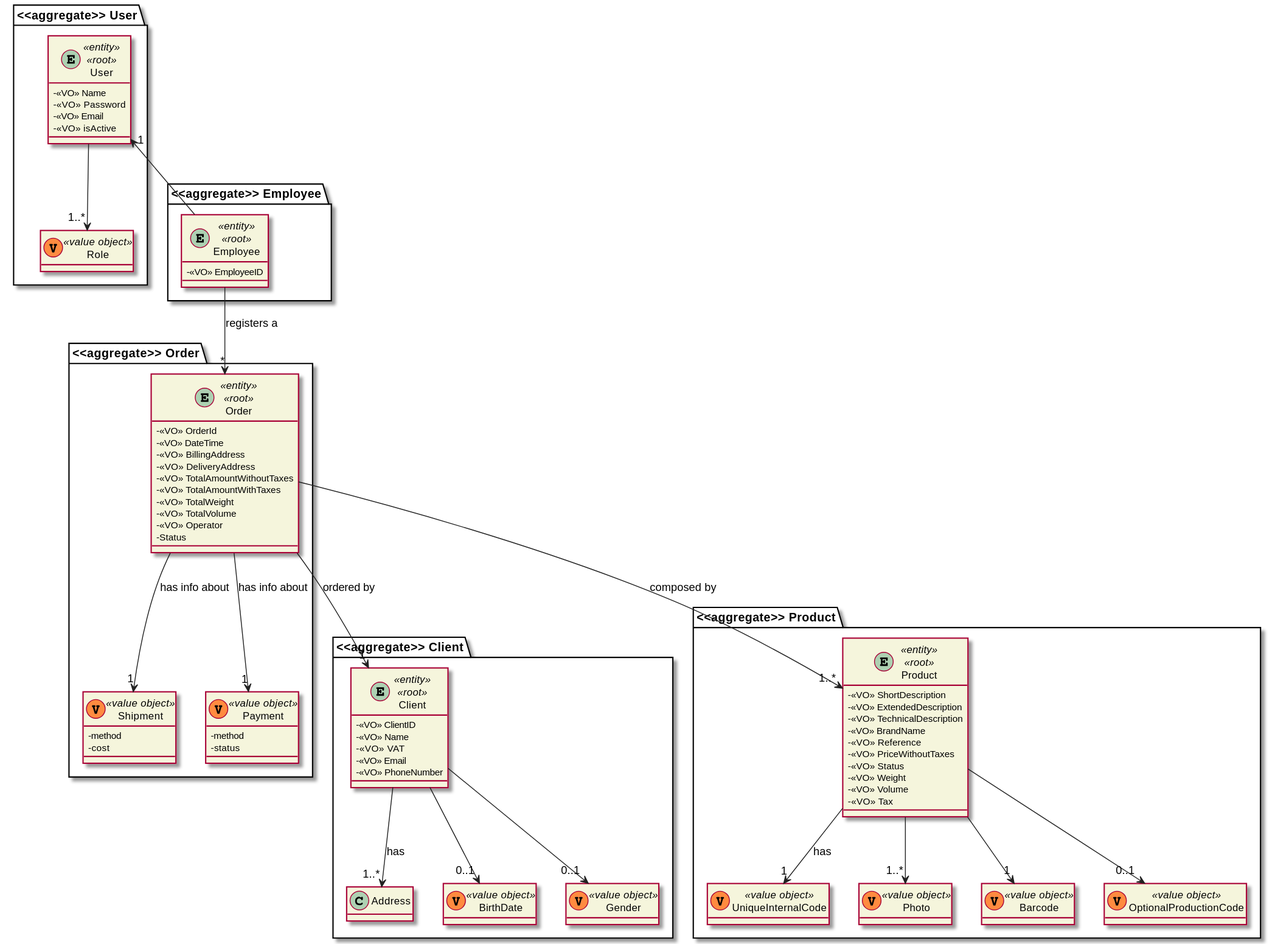
ana-albergaria/LAPR4-ISEP keeps this PlantUML diagram as docs/1201518/US1004/DM_RegisterOrderClient.svg. Above is the earlier version.
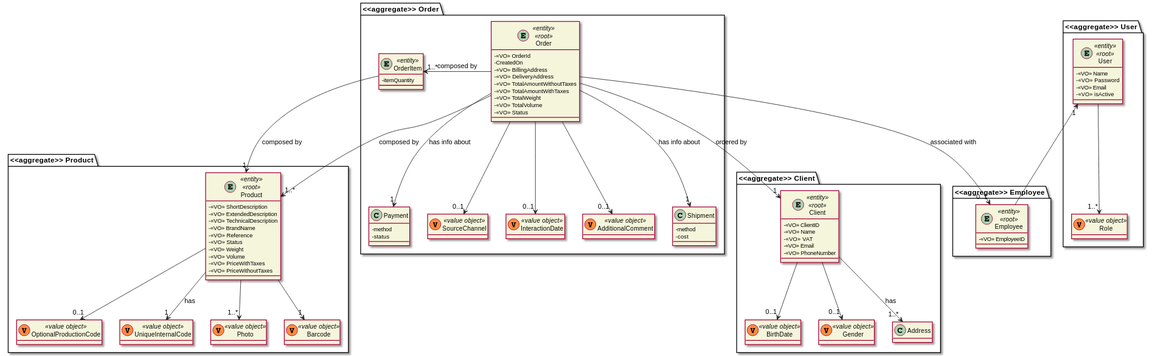
After the commit.

What changed in the source:
```diff
@@ -7,8 +7,12 @@
 
 package "<<aggregate>> Order" {
     entity Order
+    entity OrderItem
     class Shipment
     class Payment
+    class SourceChannel
+    class InteractionDate
+    class AdditionalComment
 }
 
 package "<<aggregate>> Client" {
@@ -41,11 +45,11 @@
     -<<VO>> TechnicalDescription
     -<<VO>> BrandName
     -<<VO>> Reference
-    -<<VO>> PriceWithoutTaxes
     -<<VO>> Status /'Available, Temporarily Unavailable, Unavailable'/
     -<<VO>> Weight
     -<<VO>> Volume
-    -<<VO>> Tax
+    -<<VO>> PriceWithTaxes
+    -<<VO>> PriceWithoutTaxes
 }
 
 class UniqueInternalCode <<(V,#FF8B40) value object>>
@@ -55,25 +59,32 @@
 
 entity Order <<entity>> <<root>> {
     -<<VO>> OrderId /'automatically generated'/
-    -<<VO>> DateTime /'automatically generated na hora do registo do sistema'/
+    - CreatedOn /'automatically generated na hora do registo do sistema'/
     -<<VO>> BillingAddress
     -<<VO>> DeliveryAddress
     -<<VO>> TotalAmountWithoutTaxes
     -<<VO>> TotalAmountWithTaxes
     -<<VO>> TotalWeight
     -<<VO>> TotalVolume
-    -<<VO>> Operator
-    -Status /'(CONFIRM WITH CLIENT: registered, payment pending, being prepared on the warehouse, dispatched, delivered by carrier, received by customer)'/
+    -<<VO>> Status /'(CONFIRM WITH CLIENT: registered, payment pending, being prepared on the warehouse, dispatched, delivered by carrier, received by customer)'/
 }
 
-class Shipment <<(V,#FF8B40) value object>> {
+class SourceChannel <<(V,#FF8B40) value object>>
+class InteractionDate <<(V,#FF8B40) value object>>
+class AdditionalComment <<(V,#FF8B40) value object>>
+
+class Shipment {
     -method
     -cost
 }
 
-class Payment <<(V,#FF8B40) value object>> {
+class Payment {
     -method
     -status
+}
+
+entity OrderItem <<entity>> {
+    -itemQuantity
 }
 
 entity Client <<entity>> <<root>> {
@@ -111,7 +122,6 @@
 Client --> "0..1" BirthDate
 Client --> "0..1" Gender
 
-Employee --> "*" Order : registers a
 
 User --> "1..*" Role
 User "1" <-- Employee
@@ -121,4 +131,13 @@
 Product --> "1" Barcode
 Product --> "0..1" OptionalProductionCode
 
+Order -> "1..*" OrderItem : composed by
+OrderItem --> "1" Product : composed by
+
+Order --> "0..1" Employee : associated with
+
+Order --> "0..1" SourceChannel
+Order --> "0..1" InteractionDate
+Order --> "0..1" AdditionalComment
+
 @enduml
```
